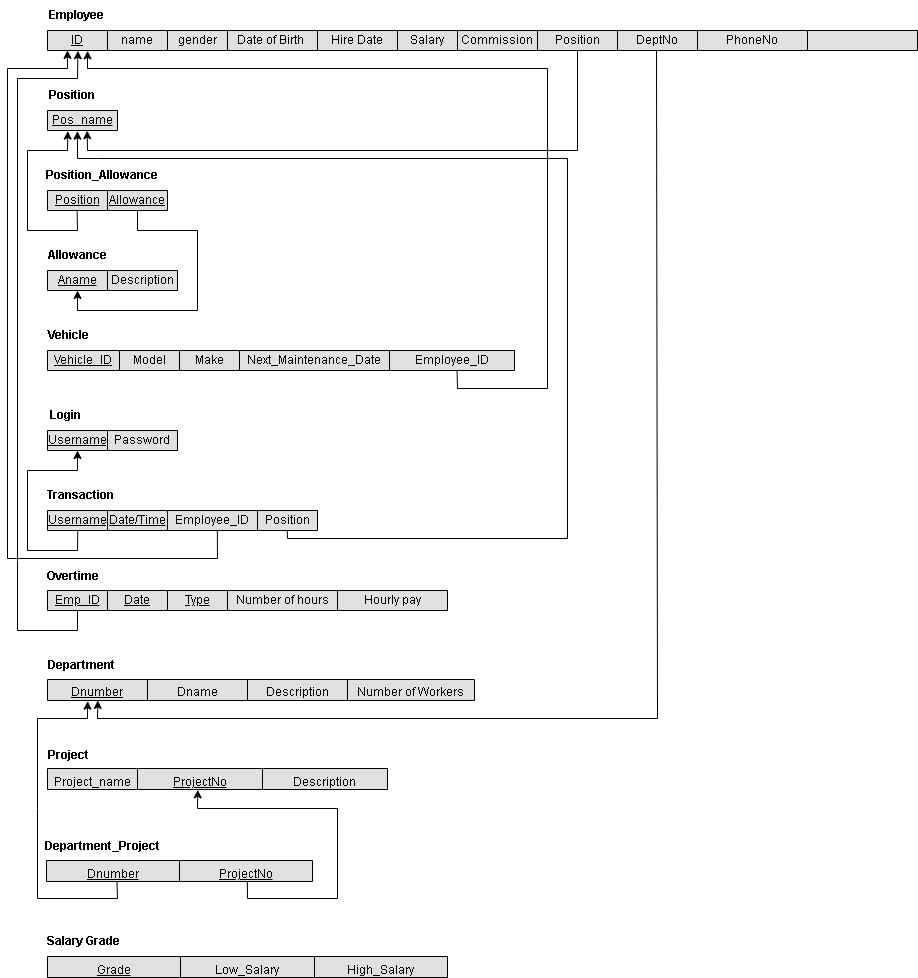
Before: Phase 1/Relational Schema.drawio.png, a diagram exported from draw.io (AhmedElkhashn/DB-project). Source tidied: cells renumbered, new cells last; positions are measured from the earlier drawing's top-left corner, leaving out a move shared by most shapes.
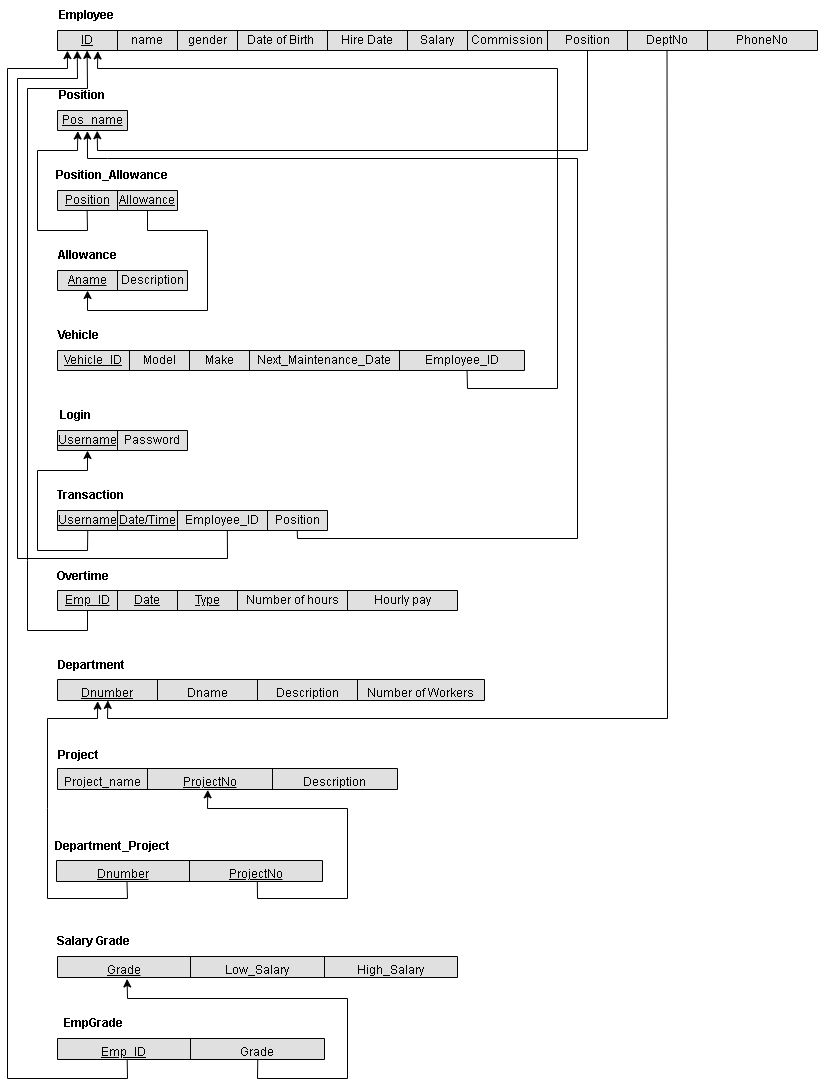
The same file after the commit.

Diff of the diagram source:
```diff
@@ -3,10 +3,10 @@
     <mxCell id="0" />
     <mxCell id="1" parent="0" />
     <mxCell id="2" style="shape=table;startSize=0;fontSize=16;fillColor=#E0E0E0;fontColor=#333333;strokeColor=#000000;" parent="1" vertex="1">
-      <mxGeometry x="40" y="30" width="870" height="20" as="geometry" />
+      <mxGeometry x="40" y="30" width="760" height="20" as="geometry" />
     </mxCell>
     <mxCell id="3" style="shape=tableRow;horizontal=0;startSize=0;swimlaneHead=0;swimlaneBody=0;strokeColor=inherit;top=0;left=0;bottom=0;right=0;fillColor=none;points=[[0,0.5],[1,0.5]];portConstraint=eastwest;fontSize=16;" parent="2" vertex="1">
-      <mxGeometry width="870" height="20" as="geometry" />
+      <mxGeometry width="760" height="20" as="geometry" />
     </mxCell>
     <mxCell id="4" value="&lt;u&gt;ID&lt;/u&gt;" style="shape=partialRectangle;html=1;whiteSpace=wrap;strokeColor=inherit;overflow=hidden;fillColor=none;top=0;left=0;bottom=0;right=0;fontSize=12;" parent="3" vertex="1">
       <mxGeometry width="60" height="20" as="geometry" />
@@ -38,9 +38,6 @@
     <mxCell id="13" value="PhoneNo" style="shape=partialRectangle;html=1;whiteSpace=wrap;strokeColor=inherit;overflow=hidden;fillColor=none;top=0;left=0;bottom=0;right=0;fontSize=12;" parent="3" vertex="1">
       <mxGeometry x="650" width="110" height="20" as="geometry" />
     </mxCell>
-    <mxCell id="14" style="shape=partialRectangle;html=1;whiteSpace=wrap;strokeColor=inherit;overflow=hidden;fillColor=none;top=0;left=0;bottom=0;right=0;fontSize=12;" parent="3" vertex="1">
-      <mxGeometry x="760" width="110" height="20" as="geometry" />
-    </mxCell>
     <mxCell id="15" value="Employee" style="text;html=1;strokeColor=none;fillColor=none;align=center;verticalAlign=middle;whiteSpace=wrap;rounded=0;fontStyle=1;" parent="1" vertex="1">
       <mxGeometry x="39" width="60" height="30" as="geometry" />
     </mxCell>
@@ -169,14 +166,14 @@
     <mxCell id="54" value="Overtime" style="text;html=1;strokeColor=none;fillColor=none;align=center;verticalAlign=middle;whiteSpace=wrap;rounded=0;fontStyle=1;" parent="1" vertex="1">
       <mxGeometry x="36" y="561" width="60" height="30" as="geometry" />
     </mxCell>
-    <mxCell id="55" style="endArrow=classic;html=1;rounded=0;exitX=0.075;exitY=1.011;exitDx=0;exitDy=0;exitPerimeter=0;entryX=0.035;entryY=1.014;entryDx=0;entryDy=0;entryPerimeter=0;" parent="1" edge="1" source="48" target="3">
+    <mxCell id="55" style="endArrow=classic;html=1;rounded=0;exitX=0.075;exitY=1.011;exitDx=0;exitDy=0;exitPerimeter=0;entryX=0.039;entryY=0.996;entryDx=0;entryDy=0;entryPerimeter=0;" parent="1" edge="1" source="48" target="3">
       <mxGeometry relative="1" as="geometry">
         <Array as="points">
           <mxPoint x="70" y="630" />
           <mxPoint x="10" y="630" />
           <mxPoint x="10" y="560" />
-          <mxPoint x="10" y="78" />
-          <mxPoint x="70" y="78" />
+          <mxPoint x="10" y="88" />
+          <mxPoint x="70" y="88" />
         </Array>
       </mxGeometry>
     </mxCell>
@@ -294,7 +291,7 @@
     <mxCell id="86" value="&lt;b&gt;Department_Project&lt;/b&gt;" style="text;html=1;strokeColor=none;fillColor=none;align=center;verticalAlign=middle;whiteSpace=wrap;rounded=0;" parent="1" vertex="1">
       <mxGeometry x="65" y="831" width="60" height="30" as="geometry" />
     </mxCell>
-    <mxCell id="87" style="endArrow=classic;html=1;rounded=0;entryX=0.118;entryY=0.997;entryDx=0;entryDy=0;entryPerimeter=0;exitX=0.7;exitY=0.969;exitDx=0;exitDy=0;exitPerimeter=0;" parent="1" edge="1" source="3" target="64">
+    <mxCell id="87" style="endArrow=classic;html=1;rounded=0;entryX=0.118;entryY=0.997;entryDx=0;entryDy=0;entryPerimeter=0;exitX=0.802;exitY=1.001;exitDx=0;exitDy=0;exitPerimeter=0;" parent="1" edge="1" source="3" target="64">
       <mxGeometry relative="1" as="geometry">
         <Array as="points">
           <mxPoint x="650" y="718" />
@@ -313,17 +310,17 @@
         </Array>
       </mxGeometry>
     </mxCell>
-    <mxCell id="89" style="endArrow=classic;html=1;rounded=0;entryX=0.023;entryY=0.994;entryDx=0;entryDy=0;exitX=0.629;exitY=1.011;exitDx=0;exitDy=0;exitPerimeter=0;entryPerimeter=0;" parent="1" edge="1" source="40" target="3">
+    <mxCell id="89" style="endArrow=classic;html=1;rounded=0;entryX=0.026;entryY=1.004;entryDx=0;entryDy=0;exitX=0.629;exitY=1.011;exitDx=0;exitDy=0;exitPerimeter=0;entryPerimeter=0;" parent="1" edge="1" source="40" target="3">
       <mxGeometry relative="1" as="geometry">
         <Array as="points">
           <mxPoint x="210" y="558" />
           <mxPoint y="558" />
-          <mxPoint y="68" />
-          <mxPoint x="60" y="68" />
+          <mxPoint y="78" />
+          <mxPoint x="60" y="78" />
         </Array>
       </mxGeometry>
     </mxCell>
-    <mxCell id="90" style="endArrow=classic;html=1;rounded=0;exitX=0.877;exitY=1.006;exitDx=0;exitDy=0;exitPerimeter=0;entryX=0.046;entryY=1.014;entryDx=0;entryDy=0;entryPerimeter=0;" parent="1" edge="1" source="27" target="3">
+    <mxCell id="90" style="endArrow=classic;html=1;rounded=0;exitX=0.877;exitY=1.006;exitDx=0;exitDy=0;exitPerimeter=0;entryX=0.053;entryY=1.024;entryDx=0;entryDy=0;entryPerimeter=0;" parent="1" edge="1" source="27" target="3">
       <mxGeometry relative="1" as="geometry">
         <Array as="points">
           <mxPoint x="450" y="388" />
@@ -354,5 +351,40 @@
         </Array>
       </mxGeometry>
     </mxCell>
+    <mxCell id="93" style="shape=table;startSize=0;fontSize=16;fillColor=#E0E0E0;strokeColor=#000000;fontColor=#333333;spacing=2;" parent="1" vertex="1">
+      <mxGeometry x="40" y="1038" width="267" height="21" as="geometry" />
+    </mxCell>
+    <mxCell id="94" style="shape=tableRow;horizontal=0;startSize=0;swimlaneHead=0;swimlaneBody=0;strokeColor=inherit;top=0;left=0;bottom=0;right=0;fillColor=none;points=[[0,0.5],[1,0.5]];portConstraint=eastwest;fontSize=16;" parent="93" vertex="1">
+      <mxGeometry width="267" height="21" as="geometry" />
+    </mxCell>
+    <mxCell id="95" value="&lt;span&gt;&lt;font style=&quot;font-size: 12px;&quot;&gt;Emp_ID&lt;/font&gt;&lt;/span&gt;" style="shape=partialRectangle;html=1;whiteSpace=wrap;strokeColor=inherit;overflow=hidden;fillColor=none;top=0;left=0;bottom=0;right=0;fontSize=16;verticalAlign=middle;horizontal=1;align=center;fontStyle=4;" parent="94" vertex="1">
+      <mxGeometry width="133" height="21" as="geometry" />
+    </mxCell>
+    <mxCell id="96" value="&lt;span style=&quot;font-size: 12px;&quot;&gt;Grade&lt;/span&gt;" style="shape=partialRectangle;html=1;whiteSpace=wrap;strokeColor=inherit;overflow=hidden;fillColor=none;top=0;left=0;bottom=0;right=0;fontSize=16;" parent="94" vertex="1">
+      <mxGeometry x="133" width="134" height="21" as="geometry" />
+    </mxCell>
+    <mxCell id="97" value="&lt;b&gt;EmpGrade&lt;/b&gt;" style="text;html=1;strokeColor=none;fillColor=none;align=center;verticalAlign=middle;whiteSpace=wrap;rounded=0;" parent="1" vertex="1">
+      <mxGeometry x="34" y="1008" width="84" height="30" as="geometry" />
+    </mxCell>
+    <mxCell id="98" style="endArrow=classic;html=1;rounded=0;exitX=0.261;exitY=1.005;exitDx=0;exitDy=0;exitPerimeter=0;entryX=0.013;entryY=1.008;entryDx=0;entryDy=0;entryPerimeter=0;" parent="1" edge="1" source="94" target="3">
+      <mxGeometry relative="1" as="geometry">
+        <Array as="points">
+          <mxPoint x="110" y="1078" />
+          <mxPoint x="-10" y="1078" />
+          <mxPoint x="-10" y="68" />
+          <mxPoint x="50" y="68" />
+        </Array>
+      </mxGeometry>
+    </mxCell>
+    <mxCell id="99" style="endArrow=classic;html=1;rounded=0;entryX=0.174;entryY=1.069;entryDx=0;entryDy=0;entryPerimeter=0;exitX=0.75;exitY=1.02;exitDx=0;exitDy=0;exitPerimeter=0;" parent="1" edge="1" source="94" target="74">
+      <mxGeometry relative="1" as="geometry">
+        <Array as="points">
+          <mxPoint x="240" y="1078" />
+          <mxPoint x="330" y="1078" />
+          <mxPoint x="330" y="998" />
+          <mxPoint x="110" y="998" />
+        </Array>
+      </mxGeometry>
+    </mxCell>
   </root>
 </mxGraphModel>
```
